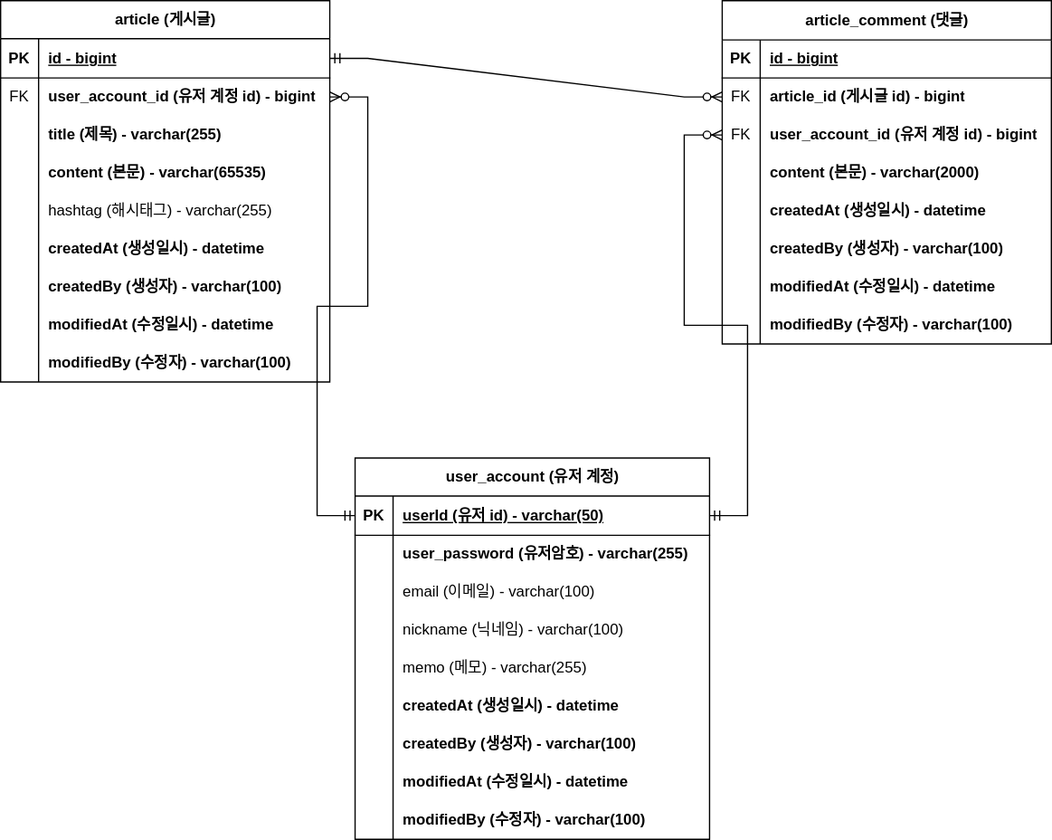
Before: document/project-board-erd.svg, a diagram exported from draw.io (hajungIm/project-board). Source tidied: cells renumbered, new cells last; positions are measured from the earlier drawing's top-left corner, leaving out a move shared by most shapes.
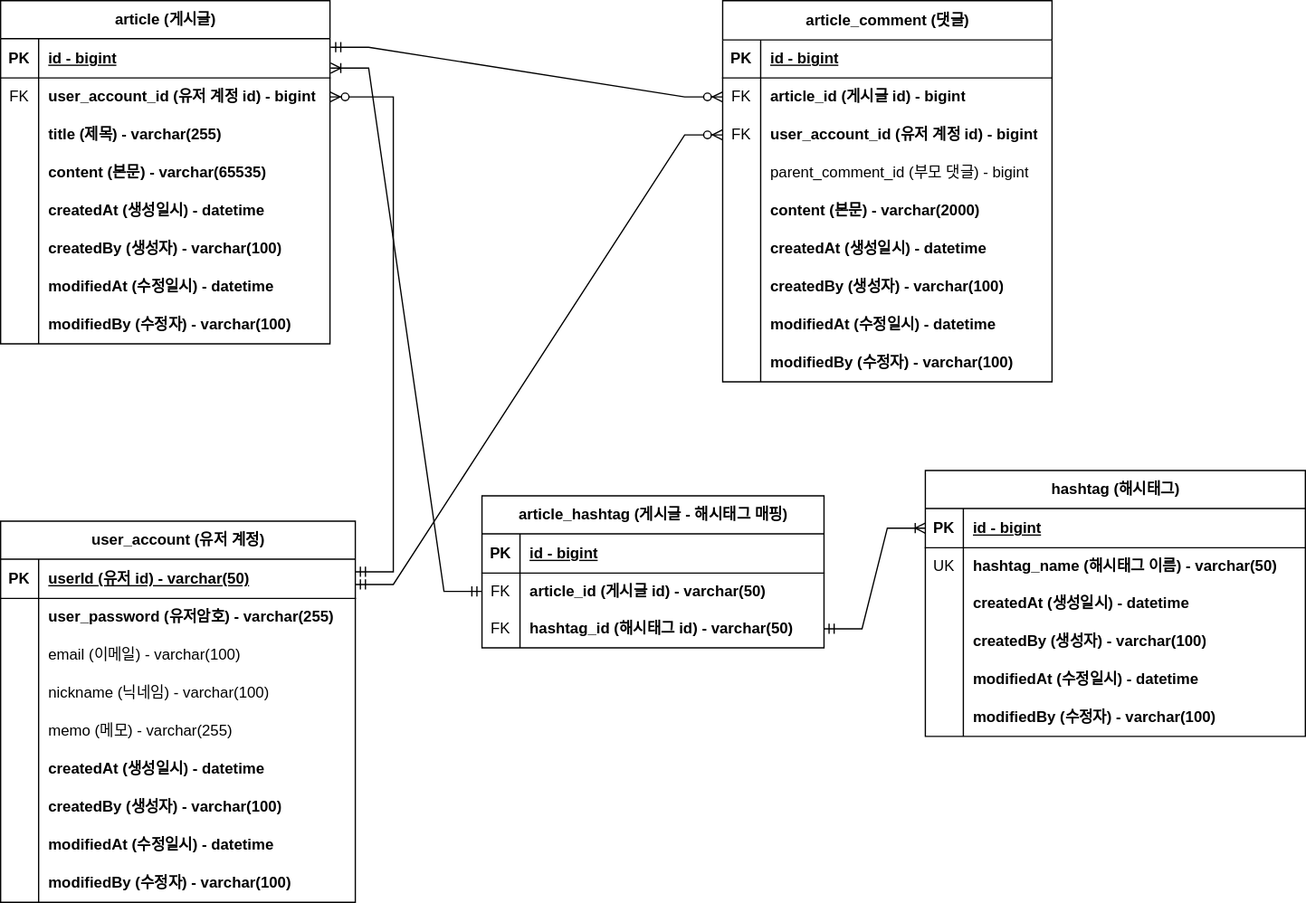
The same file after the commit.

Commit message:
#51 - project-board-erd.svg 업데이트: 대댓글, 해시태그

Diff of the diagram source:
```diff
@@ -3,7 +3,7 @@
     <mxCell id="0" />
     <mxCell id="1" parent="0" />
     <mxCell id="2" value="article (게시글)" style="shape=table;startSize=30;rowLines=0;fontStyle=1;align=center;html=1;" parent="1" vertex="1">
-      <mxGeometry width="260" height="301" as="geometry" />
+      <mxGeometry width="260" height="271" as="geometry" />
     </mxCell>
     <mxCell id="3" style="shape=tableRow;horizontal=0;startSize=0;swimlaneHead=0;swimlaneBody=0;fillColor=none;points=[[0,0.5],[1,0.5]];portConstraint=eastwest;top=0;left=0;right=0;bottom=1;" parent="2" vertex="1">
       <mxGeometry y="30" width="260" height="31" as="geometry" />
@@ -41,17 +41,8 @@
     <mxCell id="14" value="content (본문) - varchar(65535)" style="shape=partialRectangle;fillColor=none;top=0;left=0;bottom=0;right=0;align=left;spacingLeft=6;overflow=hidden;whiteSpace=wrap;html=1;fontStyle=1;" parent="12" vertex="1">
       <mxGeometry x="30" width="230" height="30" as="geometry" />
     </mxCell>
-    <mxCell id="15" style="shape=tableRow;horizontal=0;startSize=0;swimlaneHead=0;swimlaneBody=0;fillColor=none;top=0;left=0;right=0;bottom=0;" parent="2" vertex="1">
-      <mxGeometry y="151" width="260" height="30" as="geometry" />
-    </mxCell>
-    <mxCell id="16" style="shape=partialRectangle;fillColor=none;top=0;left=0;bottom=0;right=0;overflow=hidden;whiteSpace=wrap;html=1;" parent="15" vertex="1">
-      <mxGeometry width="30" height="30" as="geometry" />
-    </mxCell>
-    <mxCell id="17" value="hashtag (해시태그) - varchar(255)" style="shape=partialRectangle;fillColor=none;top=0;left=0;bottom=0;right=0;align=left;spacingLeft=6;overflow=hidden;whiteSpace=wrap;html=1;" parent="15" vertex="1">
-      <mxGeometry x="30" width="230" height="30" as="geometry" />
-    </mxCell>
     <mxCell id="18" style="shape=tableRow;horizontal=0;startSize=0;swimlaneHead=0;swimlaneBody=0;fillColor=none;top=0;left=0;right=0;bottom=0;" parent="2" vertex="1">
-      <mxGeometry y="181" width="260" height="30" as="geometry" />
+      <mxGeometry y="151" width="260" height="30" as="geometry" />
     </mxCell>
     <mxCell id="19" style="shape=partialRectangle;fillColor=none;top=0;left=0;bottom=0;right=0;overflow=hidden;whiteSpace=wrap;html=1;" parent="18" vertex="1">
       <mxGeometry width="30" height="30" as="geometry" />
@@ -60,7 +51,7 @@
       <mxGeometry x="30" width="230" height="30" as="geometry" />
     </mxCell>
     <mxCell id="21" style="shape=tableRow;horizontal=0;startSize=0;swimlaneHead=0;swimlaneBody=0;fillColor=none;top=0;left=0;right=0;bottom=0;" parent="2" vertex="1">
-      <mxGeometry y="211" width="260" height="30" as="geometry" />
+      <mxGeometry y="181" width="260" height="30" as="geometry" />
     </mxCell>
     <mxCell id="22" style="shape=partialRectangle;fillColor=none;top=0;left=0;bottom=0;right=0;overflow=hidden;whiteSpace=wrap;html=1;" parent="21" vertex="1">
       <mxGeometry width="30" height="30" as="geometry" />
@@ -69,7 +60,7 @@
       <mxGeometry x="30" width="230" height="30" as="geometry" />
     </mxCell>
     <mxCell id="24" style="shape=tableRow;horizontal=0;startSize=0;swimlaneHead=0;swimlaneBody=0;fillColor=none;top=0;left=0;right=0;bottom=0;" parent="2" vertex="1">
-      <mxGeometry y="241" width="260" height="30" as="geometry" />
+      <mxGeometry y="211" width="260" height="30" as="geometry" />
     </mxCell>
     <mxCell id="25" style="shape=partialRectangle;fillColor=none;top=0;left=0;bottom=0;right=0;overflow=hidden;whiteSpace=wrap;html=1;" parent="24" vertex="1">
       <mxGeometry width="30" height="30" as="geometry" />
@@ -78,7 +69,7 @@
       <mxGeometry x="30" width="230" height="30" as="geometry" />
     </mxCell>
     <mxCell id="27" style="shape=tableRow;horizontal=0;startSize=0;swimlaneHead=0;swimlaneBody=0;fillColor=none;top=0;left=0;right=0;bottom=0;" parent="2" vertex="1">
-      <mxGeometry y="271" width="260" height="30" as="geometry" />
+      <mxGeometry y="241" width="260" height="30" as="geometry" />
     </mxCell>
     <mxCell id="28" style="shape=partialRectangle;fillColor=none;top=0;left=0;bottom=0;right=0;overflow=hidden;whiteSpace=wrap;html=1;" parent="27" vertex="1">
       <mxGeometry width="30" height="30" as="geometry" />
@@ -87,7 +78,7 @@
       <mxGeometry x="30" width="230" height="30" as="geometry" />
     </mxCell>
     <mxCell id="30" value="article_comment (댓글)" style="shape=table;startSize=31;rowLines=0;fontStyle=1;align=center;html=1;" parent="1" vertex="1">
-      <mxGeometry x="570" width="260" height="271" as="geometry" />
+      <mxGeometry x="570" width="260" height="301" as="geometry" />
     </mxCell>
     <mxCell id="31" style="shape=tableRow;horizontal=0;startSize=0;swimlaneHead=0;swimlaneBody=0;fillColor=none;top=0;left=0;right=0;bottom=1;" parent="30" vertex="1">
       <mxGeometry y="31" width="260" height="30" as="geometry" />
@@ -116,8 +107,17 @@
     <mxCell id="39" value="user_account_id (유저 계정 id) - bigint" style="shape=partialRectangle;fillColor=none;top=0;left=0;bottom=0;right=0;align=left;spacingLeft=6;overflow=hidden;whiteSpace=wrap;html=1;fontStyle=1;" parent="37" vertex="1">
       <mxGeometry x="30" width="230" height="30" as="geometry" />
     </mxCell>
+    <mxCell id="86" style="shape=tableRow;horizontal=0;startSize=0;swimlaneHead=0;swimlaneBody=0;fillColor=none;top=0;left=0;right=0;bottom=0;" parent="30" vertex="1">
+      <mxGeometry y="121" width="260" height="30" as="geometry" />
+    </mxCell>
+    <mxCell id="87" style="shape=partialRectangle;fillColor=none;top=0;left=0;bottom=0;right=0;overflow=hidden;whiteSpace=wrap;html=1;" parent="86" vertex="1">
+      <mxGeometry width="30" height="30" as="geometry" />
+    </mxCell>
+    <mxCell id="88" value="&lt;span style=&quot;font-weight: normal;&quot;&gt;parent_comment_id (부모 댓글) - bigint&lt;/span&gt;" style="shape=partialRectangle;fillColor=none;top=0;left=0;bottom=0;right=0;align=left;spacingLeft=6;overflow=hidden;whiteSpace=wrap;html=1;fontStyle=1;" parent="86" vertex="1">
+      <mxGeometry x="30" width="230" height="30" as="geometry" />
+    </mxCell>
     <mxCell id="40" style="shape=tableRow;horizontal=0;startSize=0;swimlaneHead=0;swimlaneBody=0;fillColor=none;top=0;left=0;right=0;bottom=0;" parent="30" vertex="1">
-      <mxGeometry y="121" width="260" height="30" as="geometry" />
+      <mxGeometry y="151" width="260" height="30" as="geometry" />
     </mxCell>
     <mxCell id="41" style="shape=partialRectangle;fillColor=none;top=0;left=0;bottom=0;right=0;overflow=hidden;whiteSpace=wrap;html=1;" parent="40" vertex="1">
       <mxGeometry width="30" height="30" as="geometry" />
@@ -126,7 +126,7 @@
       <mxGeometry x="30" width="230" height="30" as="geometry" />
     </mxCell>
     <mxCell id="43" style="shape=tableRow;horizontal=0;startSize=0;swimlaneHead=0;swimlaneBody=0;fillColor=none;top=0;left=0;right=0;bottom=0;" parent="30" vertex="1">
-      <mxGeometry y="151" width="260" height="30" as="geometry" />
+      <mxGeometry y="181" width="260" height="30" as="geometry" />
     </mxCell>
     <mxCell id="44" style="shape=partialRectangle;fillColor=none;top=0;left=0;bottom=0;right=0;overflow=hidden;whiteSpace=wrap;html=1;" parent="43" vertex="1">
       <mxGeometry width="30" height="30" as="geometry" />
@@ -135,7 +135,7 @@
       <mxGeometry x="30" width="230" height="30" as="geometry" />
     </mxCell>
     <mxCell id="46" style="shape=tableRow;horizontal=0;startSize=0;swimlaneHead=0;swimlaneBody=0;fillColor=none;top=0;left=0;right=0;bottom=0;" parent="30" vertex="1">
-      <mxGeometry y="181" width="260" height="30" as="geometry" />
+      <mxGeometry y="211" width="260" height="30" as="geometry" />
     </mxCell>
     <mxCell id="47" style="shape=partialRectangle;fillColor=none;top=0;left=0;bottom=0;right=0;overflow=hidden;whiteSpace=wrap;html=1;" parent="46" vertex="1">
       <mxGeometry width="30" height="30" as="geometry" />
@@ -144,7 +144,7 @@
       <mxGeometry x="30" width="230" height="30" as="geometry" />
     </mxCell>
     <mxCell id="49" style="shape=tableRow;horizontal=0;startSize=0;swimlaneHead=0;swimlaneBody=0;fillColor=none;top=0;left=0;right=0;bottom=0;" parent="30" vertex="1">
-      <mxGeometry y="211" width="260" height="30" as="geometry" />
+      <mxGeometry y="241" width="260" height="30" as="geometry" />
     </mxCell>
     <mxCell id="50" style="shape=partialRectangle;fillColor=none;top=0;left=0;bottom=0;right=0;overflow=hidden;whiteSpace=wrap;html=1;" parent="49" vertex="1">
       <mxGeometry width="30" height="30" as="geometry" />
@@ -153,7 +153,7 @@
       <mxGeometry x="30" width="230" height="30" as="geometry" />
     </mxCell>
     <mxCell id="52" style="shape=tableRow;horizontal=0;startSize=0;swimlaneHead=0;swimlaneBody=0;fillColor=none;top=0;left=0;right=0;bottom=0;" parent="30" vertex="1">
-      <mxGeometry y="241" width="260" height="30" as="geometry" />
+      <mxGeometry y="271" width="260" height="30" as="geometry" />
     </mxCell>
     <mxCell id="53" style="shape=partialRectangle;fillColor=none;top=0;left=0;bottom=0;right=0;overflow=hidden;whiteSpace=wrap;html=1;" parent="52" vertex="1">
       <mxGeometry width="30" height="30" as="geometry" />
@@ -161,11 +161,11 @@
     <mxCell id="54" value="modifiedBy (수정자)&amp;nbsp;- varchar(100)" style="shape=partialRectangle;fillColor=none;top=0;left=0;bottom=0;right=0;align=left;spacingLeft=6;overflow=hidden;whiteSpace=wrap;html=1;fontStyle=1;" parent="52" vertex="1">
       <mxGeometry x="30" width="230" height="30" as="geometry" />
     </mxCell>
-    <mxCell id="55" style="edgeStyle=entityRelationEdgeStyle;fontSize=12;html=1;endArrow=ERzeroToMany;startArrow=ERmandOne;rounded=0;exitX=1;exitY=0.5;exitDx=0;exitDy=0;entryX=0;entryY=0.5;entryDx=0;entryDy=0;" parent="1" edge="1" source="3" target="34">
+    <mxCell id="55" style="edgeStyle=entityRelationEdgeStyle;fontSize=12;html=1;endArrow=ERzeroToMany;startArrow=ERmandOne;rounded=0;exitX=1.002;exitY=0.218;exitDx=0;exitDy=0;entryX=0;entryY=0.5;entryDx=0;entryDy=0;exitPerimeter=0;" parent="1" edge="1" source="3" target="34">
       <mxGeometry relative="1" as="geometry" />
     </mxCell>
     <mxCell id="56" value="user_account (유저 계정)" style="shape=table;startSize=30;rowLines=0;fontStyle=1;align=center;html=1;" parent="1" vertex="1">
-      <mxGeometry x="280" y="361" width="280" height="301" as="geometry" />
+      <mxGeometry y="411" width="280" height="301" as="geometry" />
     </mxCell>
     <mxCell id="57" style="shape=tableRow;horizontal=0;startSize=0;swimlaneHead=0;swimlaneBody=0;fillColor=none;points=[[0,0.5],[1,0.5]];portConstraint=eastwest;top=0;left=0;right=0;bottom=1;" parent="56" vertex="1">
       <mxGeometry y="30" width="280" height="31" as="geometry" />
@@ -248,11 +248,120 @@
     <mxCell id="83" value="modifiedBy (수정자) - varchar(100)" style="shape=partialRectangle;fillColor=none;top=0;left=0;bottom=0;right=0;align=left;spacingLeft=6;overflow=hidden;whiteSpace=wrap;html=1;fontStyle=1;" parent="81" vertex="1">
       <mxGeometry x="30" width="250" height="30" as="geometry" />
     </mxCell>
-    <mxCell id="84" style="edgeStyle=entityRelationEdgeStyle;fontSize=12;html=1;endArrow=ERzeroToMany;startArrow=ERmandOne;rounded=0;entryX=0;entryY=0.5;entryDx=0;entryDy=0;exitX=1;exitY=0.5;exitDx=0;exitDy=0;" parent="1" edge="1" source="57" target="37">
-      <mxGeometry relative="1" as="geometry" />
+    <mxCell id="84" style="edgeStyle=entityRelationEdgeStyle;fontSize=12;html=1;endArrow=ERzeroToMany;startArrow=ERmandOne;rounded=0;entryX=0;entryY=0.5;entryDx=0;entryDy=0;" parent="1" edge="1" target="37">
+      <mxGeometry relative="1" as="geometry">
+        <mxPoint x="280" y="461" as="sourcePoint" />
+      </mxGeometry>
     </mxCell>
-    <mxCell id="85" style="edgeStyle=entityRelationEdgeStyle;fontSize=12;html=1;endArrow=ERzeroToMany;startArrow=ERmandOne;rounded=0;jumpStyle=none;exitX=0;exitY=0.5;exitDx=0;exitDy=0;" parent="1" edge="1" source="57" target="6">
-      <mxGeometry relative="1" as="geometry" />
+    <mxCell id="85" style="edgeStyle=entityRelationEdgeStyle;fontSize=12;html=1;endArrow=ERzeroToMany;startArrow=ERmandOne;rounded=0;jumpStyle=none;" parent="1" edge="1" target="6">
+      <mxGeometry relative="1" as="geometry">
+        <mxPoint x="280" y="451" as="sourcePoint" />
+        <Array as="points">
+          <mxPoint y="301" />
+          <mxPoint x="100" y="311" />
+        </Array>
+      </mxGeometry>
     </mxCell>
+    <mxCell id="89" value="hashtag (해시태그)" style="shape=table;startSize=30;rowLines=0;fontStyle=1;align=center;html=1;" parent="1" vertex="1">
+      <mxGeometry x="730" y="371" width="300" height="210" as="geometry" />
+    </mxCell>
+    <mxCell id="90" style="shape=tableRow;horizontal=0;startSize=0;swimlaneHead=0;swimlaneBody=0;fillColor=none;points=[[0,0.5],[1,0.5]];portConstraint=eastwest;top=0;left=0;right=0;bottom=1;" parent="89" vertex="1">
+      <mxGeometry y="30" width="300" height="31" as="geometry" />
+    </mxCell>
+    <mxCell id="91" value="PK" style="shape=partialRectangle;fillColor=none;top=0;left=0;bottom=0;right=0;fontStyle=1;overflow=hidden;whiteSpace=wrap;html=1;" parent="90" vertex="1">
+      <mxGeometry width="30" height="31" as="geometry" />
+    </mxCell>
+    <mxCell id="92" value="id - bigint" style="shape=partialRectangle;fillColor=none;top=0;left=0;bottom=0;right=0;align=left;spacingLeft=6;fontStyle=5;overflow=hidden;whiteSpace=wrap;html=1;" parent="90" vertex="1">
+      <mxGeometry x="30" width="270" height="31" as="geometry" />
+    </mxCell>
+    <mxCell id="93" style="shape=tableRow;horizontal=0;startSize=0;swimlaneHead=0;swimlaneBody=0;fillColor=none;top=0;left=0;right=0;bottom=0;" parent="89" vertex="1">
+      <mxGeometry y="61" width="300" height="29" as="geometry" />
+    </mxCell>
+    <mxCell id="94" value="UK" style="shape=partialRectangle;fillColor=none;top=0;left=0;bottom=0;right=0;overflow=hidden;whiteSpace=wrap;html=1;" parent="93" vertex="1">
+      <mxGeometry width="30" height="29" as="geometry" />
+    </mxCell>
+    <mxCell id="95" value="hashtag_name (해시태그 이름) - varchar(50)" style="shape=partialRectangle;fillColor=none;top=0;left=0;bottom=0;right=0;align=left;spacingLeft=6;overflow=hidden;whiteSpace=wrap;html=1;fontStyle=1;" parent="93" vertex="1">
+      <mxGeometry x="30" width="270" height="29" as="geometry" />
+    </mxCell>
+    <mxCell id="96" style="shape=tableRow;horizontal=0;startSize=0;swimlaneHead=0;swimlaneBody=0;fillColor=none;top=0;left=0;right=0;bottom=0;" parent="89" vertex="1">
+      <mxGeometry y="90" width="300" height="30" as="geometry" />
+    </mxCell>
+    <mxCell id="97" style="shape=partialRectangle;fillColor=none;top=0;left=0;bottom=0;right=0;overflow=hidden;whiteSpace=wrap;html=1;" parent="96" vertex="1">
+      <mxGeometry width="30" height="30" as="geometry" />
+    </mxCell>
+    <mxCell id="98" value="createdAt (생성일시) - datetime" style="shape=partialRectangle;fillColor=none;top=0;left=0;bottom=0;right=0;align=left;spacingLeft=6;overflow=hidden;whiteSpace=wrap;html=1;fontStyle=1;" parent="96" vertex="1">
+      <mxGeometry x="30" width="270" height="30" as="geometry" />
+    </mxCell>
+    <mxCell id="99" style="shape=tableRow;horizontal=0;startSize=0;swimlaneHead=0;swimlaneBody=0;fillColor=none;top=0;left=0;right=0;bottom=0;" parent="89" vertex="1">
+      <mxGeometry y="120" width="300" height="30" as="geometry" />
+    </mxCell>
+    <mxCell id="100" style="shape=partialRectangle;fillColor=none;top=0;left=0;bottom=0;right=0;overflow=hidden;whiteSpace=wrap;html=1;" parent="99" vertex="1">
+      <mxGeometry width="30" height="30" as="geometry" />
+    </mxCell>
+    <mxCell id="101" value="createdBy (생성자) - varchar(100)" style="shape=partialRectangle;fillColor=none;top=0;left=0;bottom=0;right=0;align=left;spacingLeft=6;overflow=hidden;whiteSpace=wrap;html=1;fontStyle=1;" parent="99" vertex="1">
+      <mxGeometry x="30" width="270" height="30" as="geometry" />
+    </mxCell>
+    <mxCell id="102" style="shape=tableRow;horizontal=0;startSize=0;swimlaneHead=0;swimlaneBody=0;fillColor=none;top=0;left=0;right=0;bottom=0;" parent="89" vertex="1">
+      <mxGeometry y="150" width="300" height="30" as="geometry" />
+    </mxCell>
+    <mxCell id="103" style="shape=partialRectangle;fillColor=none;top=0;left=0;bottom=0;right=0;overflow=hidden;whiteSpace=wrap;html=1;" parent="102" vertex="1">
+      <mxGeometry width="30" height="30" as="geometry" />
+    </mxCell>
+    <mxCell id="104" value="modifiedAt (수정일시) - datetime" style="shape=partialRectangle;fillColor=none;top=0;left=0;bottom=0;right=0;align=left;spacingLeft=6;overflow=hidden;whiteSpace=wrap;html=1;fontStyle=1;" parent="102" vertex="1">
+      <mxGeometry x="30" width="270" height="30" as="geometry" />
+    </mxCell>
+    <mxCell id="105" style="shape=tableRow;horizontal=0;startSize=0;swimlaneHead=0;swimlaneBody=0;fillColor=none;top=0;left=0;right=0;bottom=0;" parent="89" vertex="1">
+      <mxGeometry y="180" width="300" height="30" as="geometry" />
+    </mxCell>
+    <mxCell id="106" style="shape=partialRectangle;fillColor=none;top=0;left=0;bottom=0;right=0;overflow=hidden;whiteSpace=wrap;html=1;" parent="105" vertex="1">
+      <mxGeometry width="30" height="30" as="geometry" />
+    </mxCell>
+    <mxCell id="107" value="modifiedBy (수정자) - varchar(100)" style="shape=partialRectangle;fillColor=none;top=0;left=0;bottom=0;right=0;align=left;spacingLeft=6;overflow=hidden;whiteSpace=wrap;html=1;fontStyle=1;" parent="105" vertex="1">
+      <mxGeometry x="30" width="270" height="30" as="geometry" />
+    </mxCell>
+    <mxCell id="108" value="article_hashtag (게시글 - 해시태그 매핑)" style="shape=table;startSize=30;rowLines=0;fontStyle=1;align=center;html=1;" parent="1" vertex="1">
+      <mxGeometry x="380" y="391" width="270" height="120" as="geometry" />
+    </mxCell>
+    <mxCell id="109" style="shape=tableRow;horizontal=0;startSize=0;swimlaneHead=0;swimlaneBody=0;fillColor=none;top=0;left=0;right=0;bottom=1;" parent="108" vertex="1">
+      <mxGeometry y="30" width="270" height="31" as="geometry" />
+    </mxCell>
+    <mxCell id="110" value="PK" style="shape=partialRectangle;fillColor=none;top=0;left=0;bottom=0;right=0;fontStyle=1;overflow=hidden;whiteSpace=wrap;html=1;" parent="109" vertex="1">
+      <mxGeometry width="30" height="31" as="geometry" />
+    </mxCell>
+    <mxCell id="111" value="id - bigint" style="shape=partialRectangle;fillColor=none;top=0;left=0;bottom=0;right=0;align=left;spacingLeft=6;fontStyle=5;overflow=hidden;whiteSpace=wrap;html=1;" parent="109" vertex="1">
+      <mxGeometry x="30" width="240" height="31" as="geometry" />
+    </mxCell>
+    <mxCell id="112" style="shape=tableRow;horizontal=0;startSize=0;swimlaneHead=0;swimlaneBody=0;fillColor=none;points=[[0,0.5],[1,0.5]];portConstraint=eastwest;top=0;left=0;right=0;bottom=0;" parent="108" vertex="1">
+      <mxGeometry y="61" width="270" height="29" as="geometry" />
+    </mxCell>
+    <mxCell id="113" value="FK" style="shape=partialRectangle;fillColor=none;top=0;left=0;bottom=0;right=0;overflow=hidden;whiteSpace=wrap;html=1;" parent="112" vertex="1">
+      <mxGeometry width="30" height="29" as="geometry" />
+    </mxCell>
+    <mxCell id="114" value="article_id (게시글 id) - varchar(50)" style="shape=partialRectangle;fillColor=none;top=0;left=0;bottom=0;right=0;align=left;spacingLeft=6;overflow=hidden;whiteSpace=wrap;html=1;fontStyle=1;" parent="112" vertex="1">
+      <mxGeometry x="30" width="240" height="29" as="geometry" />
+    </mxCell>
+    <mxCell id="115" style="shape=tableRow;horizontal=0;startSize=0;swimlaneHead=0;swimlaneBody=0;fillColor=none;points=[[0,0.5],[1,0.5]];portConstraint=eastwest;top=0;left=0;right=0;bottom=0;" parent="108" vertex="1">
+      <mxGeometry y="90" width="270" height="30" as="geometry" />
+    </mxCell>
+    <mxCell id="116" value="FK" style="shape=partialRectangle;fillColor=none;top=0;left=0;bottom=0;right=0;overflow=hidden;whiteSpace=wrap;html=1;" parent="115" vertex="1">
+      <mxGeometry width="30" height="30" as="geometry" />
+    </mxCell>
+    <mxCell id="117" value="hashtag_id (해시태그 id) - varchar(50)" style="shape=partialRectangle;fillColor=none;top=0;left=0;bottom=0;right=0;align=left;spacingLeft=6;overflow=hidden;whiteSpace=wrap;html=1;fontStyle=1;" parent="115" vertex="1">
+      <mxGeometry x="30" width="240" height="30" as="geometry" />
+    </mxCell>
+    <mxCell id="118" style="edgeStyle=entityRelationEdgeStyle;fontSize=12;html=1;endArrow=ERoneToMany;startArrow=ERmandOne;rounded=0;exitX=0;exitY=0.5;exitDx=0;exitDy=0;entryX=1.002;entryY=0.75;entryDx=0;entryDy=0;entryPerimeter=0;" parent="1" edge="1" source="112" target="3">
+      <mxGeometry relative="1" as="geometry">
+        <Array as="points">
+          <mxPoint x="270" y="51" />
+        </Array>
+      </mxGeometry>
+    </mxCell>
+    <mxCell id="119" style="edgeStyle=entityRelationEdgeStyle;fontSize=12;html=1;endArrow=ERoneToMany;startArrow=ERmandOne;rounded=0;exitX=1;exitY=0.5;exitDx=0;exitDy=0;entryX=0;entryY=0.5;entryDx=0;entryDy=0;" parent="1" edge="1" source="115" target="90">
+      <mxGeometry relative="1" as="geometry">
+        <Array as="points">
+          <mxPoint x="280" y="61" />
+        </Array>
+      </mxGeometry>
+    </mxCell>
   </root>
 </mxGraphModel>
```
